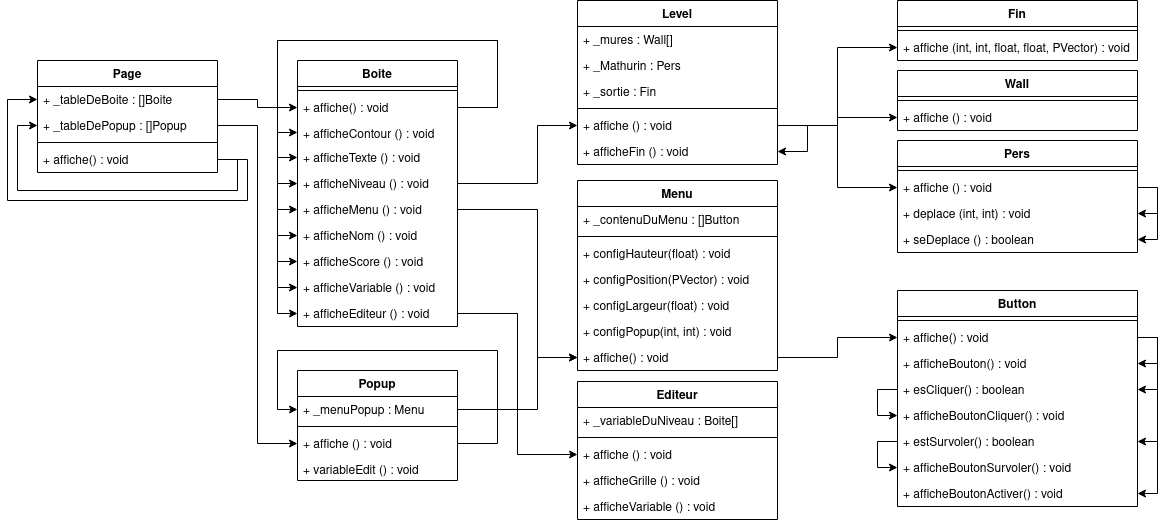
Before: Compte_Rendu/Affichage .png, a diagram exported from draw.io (pastekaztekastor/Cheat-Sheet). Source tidied: cells renumbered, new cells last; positions are measured from the earlier drawing's top-left corner, leaving out a move shared by most shapes.
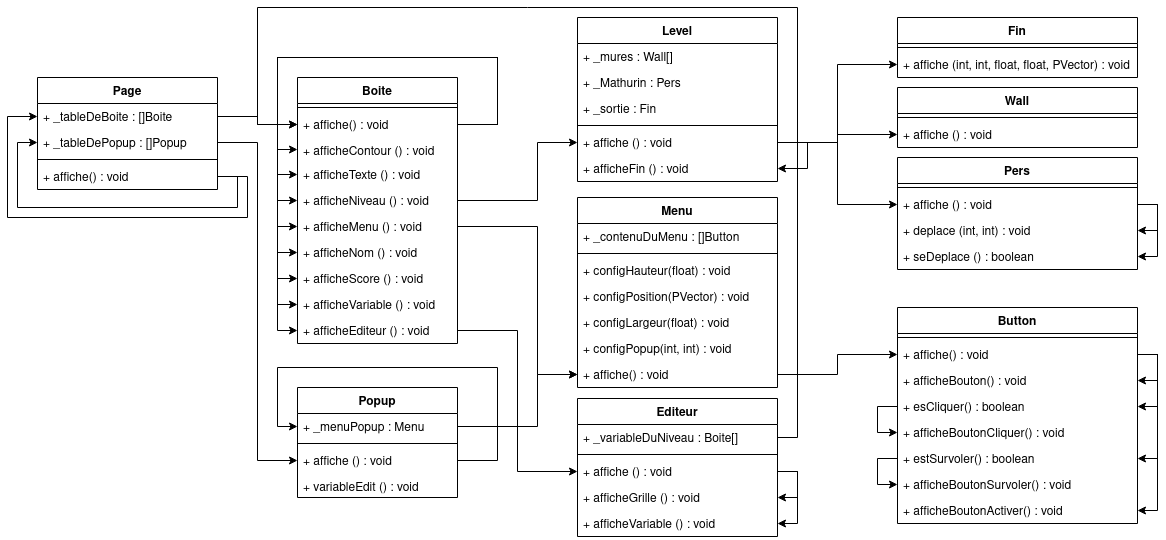
After the change.

Change to the diagram source:
```diff
@@ -334,6 +334,17 @@
     <mxCell id="75" style="line;strokeWidth=1;fillColor=none;align=left;verticalAlign=middle;spacingTop=-1;spacingLeft=3;spacingRight=3;labelPosition=right;" parent="73" vertex="1">
       <mxGeometry y="52" width="200" height="8" as="geometry" />
     </mxCell>
+    <mxCell id="95" style="edgeStyle=orthogonalEdgeStyle;rounded=0;jettySize=auto;html=1;exitX=1;exitY=0.5;exitDx=0;exitDy=0;entryX=1;entryY=0.5;entryDx=0;entryDy=0;" parent="73" edge="1" source="76" target="77">
+      <mxGeometry relative="1" as="geometry">
+        <Array as="points">
+          <mxPoint x="220" y="73" />
+          <mxPoint x="220" y="99" />
+        </Array>
+      </mxGeometry>
+    </mxCell>
+    <mxCell id="96" style="edgeStyle=orthogonalEdgeStyle;rounded=0;jettySize=auto;html=1;exitX=1;exitY=0.5;exitDx=0;exitDy=0;entryX=1;entryY=0.5;entryDx=0;entryDy=0;" parent="73" edge="1" source="76" target="78">
+      <mxGeometry relative="1" as="geometry" />
+    </mxCell>
     <mxCell id="76" value="+ affiche () : void" style="text;strokeColor=none;fillColor=none;align=left;verticalAlign=top;spacingLeft=4;spacingRight=4;overflow=hidden;points=[[0,0.5],[1,0.5]];portConstraint=eastwest;" parent="73" vertex="1">
       <mxGeometry y="60" width="200" height="26" as="geometry" />
     </mxCell>
@@ -416,5 +427,15 @@
     <mxCell id="94" style="edgeStyle=orthogonalEdgeStyle;rounded=0;jettySize=auto;html=1;exitX=1;exitY=0.5;exitDx=0;exitDy=0;entryX=0;entryY=0.5;entryDx=0;entryDy=0;" parent="1" edge="1" source="9" target="23">
       <mxGeometry relative="1" as="geometry" />
     </mxCell>
+    <mxCell id="97" style="edgeStyle=orthogonalEdgeStyle;rounded=0;jettySize=auto;html=1;exitX=1;exitY=0.5;exitDx=0;exitDy=0;entryX=0;entryY=0.5;entryDx=0;entryDy=0;" parent="1" edge="1" source="74" target="42">
+      <mxGeometry relative="1" as="geometry">
+        <Array as="points">
+          <mxPoint x="790" y="420" />
+          <mxPoint x="790" y="-10" />
+          <mxPoint x="250" y="-10" />
+          <mxPoint x="250" y="107" />
+        </Array>
+      </mxGeometry>
+    </mxCell>
   </root>
 </mxGraphModel>
```
